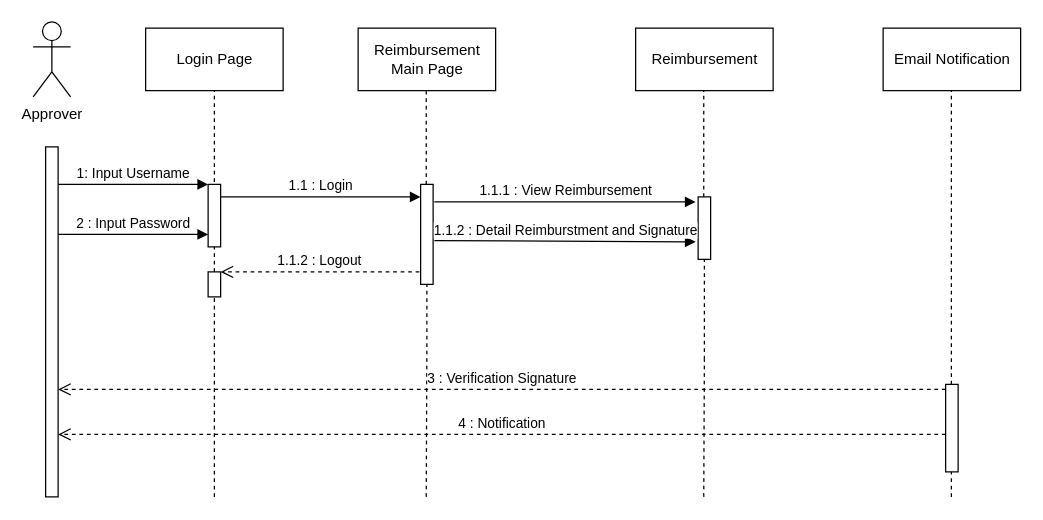
Above: rpl2.drawio in raflialkindhi/graph-save (draw.io), before the change. Source tidied: cells renumbered, new cells numbered last; positions are measured from the earlier drawing's top-left corner, leaving out a move shared by most shapes. Both pictures are drawn from the tidied source at 125%, with x=0, y=0 at pixel (32, 21).
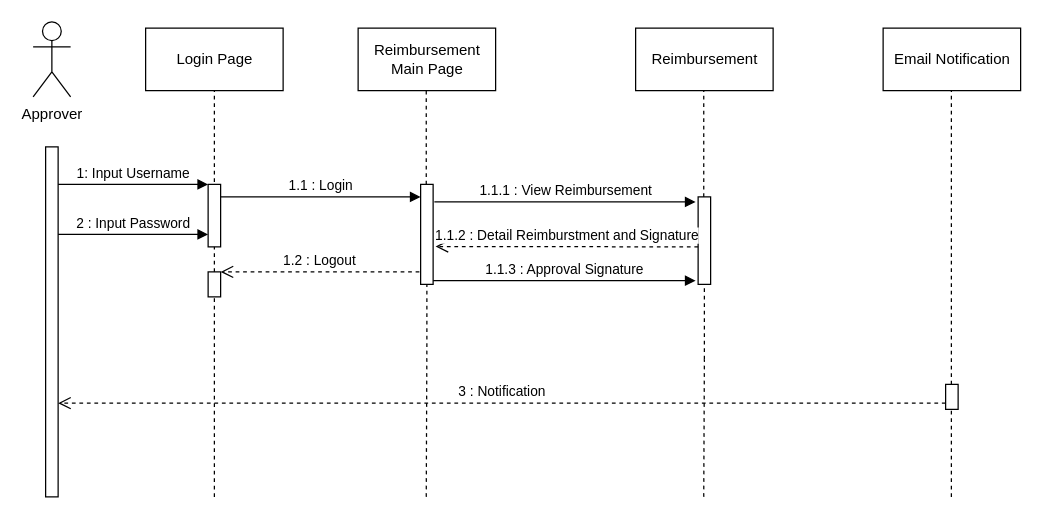
Above is the later version.

Unchanged cells that the change refers to:
```xml
<mxCell id="2" style="html=1;points=[];perimeter=orthogonalPerimeter;" parent="1" vertex="1">
  <mxGeometry x="10" y="100" width="10" height="280" as="geometry" />
</mxCell>
<mxCell id="12" style="html=1;points=[];perimeter=orthogonalPerimeter;" parent="1" vertex="1">
  <mxGeometry x="310" y="130" width="10" height="80" as="geometry" />
</mxCell>
```

Change to the diagram source:
```diff
@@
-    <mxCell id="15" value="&lt;div&gt;1.1.2 : Logout&lt;/div&gt;" style="html=1;verticalAlign=bottom;endArrow=open;dashed=1;endSize=8;rounded=0;exitX=-0.1;exitY=0.875;exitDx=0;exitDy=0;exitPerimeter=0;" parent="1" edge="1" source="12">
+    <mxCell id="15" value="&lt;div&gt;1.2 : Logout&lt;/div&gt;" style="html=1;verticalAlign=bottom;endArrow=open;dashed=1;endSize=8;rounded=0;exitX=-0.1;exitY=0.875;exitDx=0;exitDy=0;exitPerimeter=0;" parent="1" edge="1" source="12">
       <mxGeometry relative="1" as="geometry">
         <mxPoint x="150" y="200" as="targetPoint" />
       </mxGeometry>
     </mxCell>
@@
     <mxCell id="18" style="html=1;points=[];perimeter=orthogonalPerimeter;" parent="1" vertex="1">
-      <mxGeometry x="532" y="140" width="10" height="50" as="geometry" />
+      <mxGeometry x="532" y="140" width="10" height="70" as="geometry" />
     </mxCell>
@@
-    <mxCell id="21" value="1.1.2 : Detail Reimburstment and Signature" style="html=1;verticalAlign=bottom;endArrow=block;rounded=0;exitX=1.1;exitY=0.125;exitDx=0;exitDy=0;exitPerimeter=0;" parent="1" edge="1">
-      <mxGeometry relative="1" as="geometry">
-        <mxPoint x="321" y="175" as="sourcePoint" />
-        <mxPoint x="530" y="176" as="targetPoint" />
-      </mxGeometry>
-    </mxCell>
@@
     <mxCell id="26" style="html=1;perimeter=orthogonalPerimeter;" parent="1" vertex="1">
-      <mxGeometry x="730" y="290" width="10" height="70" as="geometry" />
+      <mxGeometry x="730" y="290" width="10" height="20" as="geometry" />
     </mxCell>
-    <mxCell id="27" value="3 : Verification Signature" style="html=1;verticalAlign=bottom;endArrow=open;dashed=1;endSize=8;rounded=0;entryX=1;entryY=0.693;entryDx=0;entryDy=0;entryPerimeter=0;" parent="1" edge="1" target="2">
-      <mxGeometry relative="1" as="geometry">
-        <mxPoint x="730" y="294" as="sourcePoint" />
-      </mxGeometry>
-    </mxCell>
-    <mxCell id="28" value="4 : Notification" style="html=1;verticalAlign=bottom;endArrow=open;dashed=1;endSize=8;rounded=0;entryX=1;entryY=0.693;entryDx=0;entryDy=0;entryPerimeter=0;" parent="1" edge="1">
+    <mxCell id="28" value="3 : Notification" style="html=1;verticalAlign=bottom;endArrow=open;dashed=1;endSize=8;rounded=0;entryX=1;entryY=0.693;entryDx=0;entryDy=0;entryPerimeter=0;" parent="1" edge="1">
       <mxGeometry relative="1" as="geometry">
-        <mxPoint x="730" y="330" as="sourcePoint" />
-        <mxPoint x="20" y="330" as="targetPoint" />
+        <mxPoint x="730" y="305" as="sourcePoint" />
+        <mxPoint x="20" y="305" as="targetPoint" />
       </mxGeometry>
     </mxCell>
+    <mxCell id="21" value="1.1.2 : Detail Reimburstment and Signature" style="html=1;verticalAlign=bottom;endArrow=open;dashed=1;endSize=8;rounded=0;entryX=1.205;entryY=0.746;entryDx=0;entryDy=0;entryPerimeter=0;" parent="1" edge="1">
+      <mxGeometry relative="1" as="geometry">
+        <mxPoint x="532" y="180" as="sourcePoint" />
+        <mxPoint x="322" y="179.7" as="targetPoint" />
+      </mxGeometry>
+    </mxCell>
+    <mxCell id="29" value="1.1.3 : Approval Signature" style="html=1;verticalAlign=bottom;endArrow=block;rounded=0;" parent="1" edge="1">
+      <mxGeometry relative="1" as="geometry">
+        <mxPoint x="320" y="207" as="sourcePoint" />
+        <mxPoint x="530" y="207" as="targetPoint" />
+      </mxGeometry>
+    </mxCell>
```
